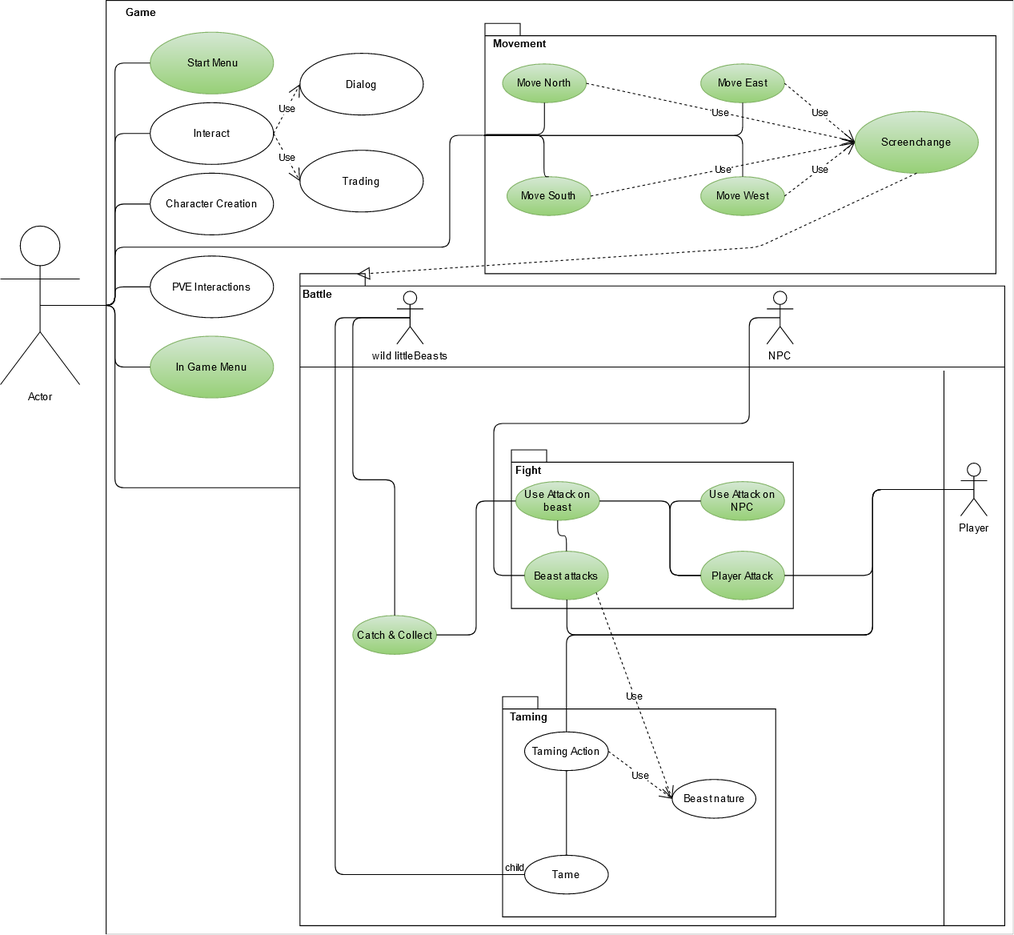
Earlier version of the draw.io export useCases/diagrams/use_cases.png (LittleBeasts/documentation). Source tidied: cells renumbered, new cells last; positions are measured from the earlier drawing's top-left corner, leaving out a move shared by most shapes.
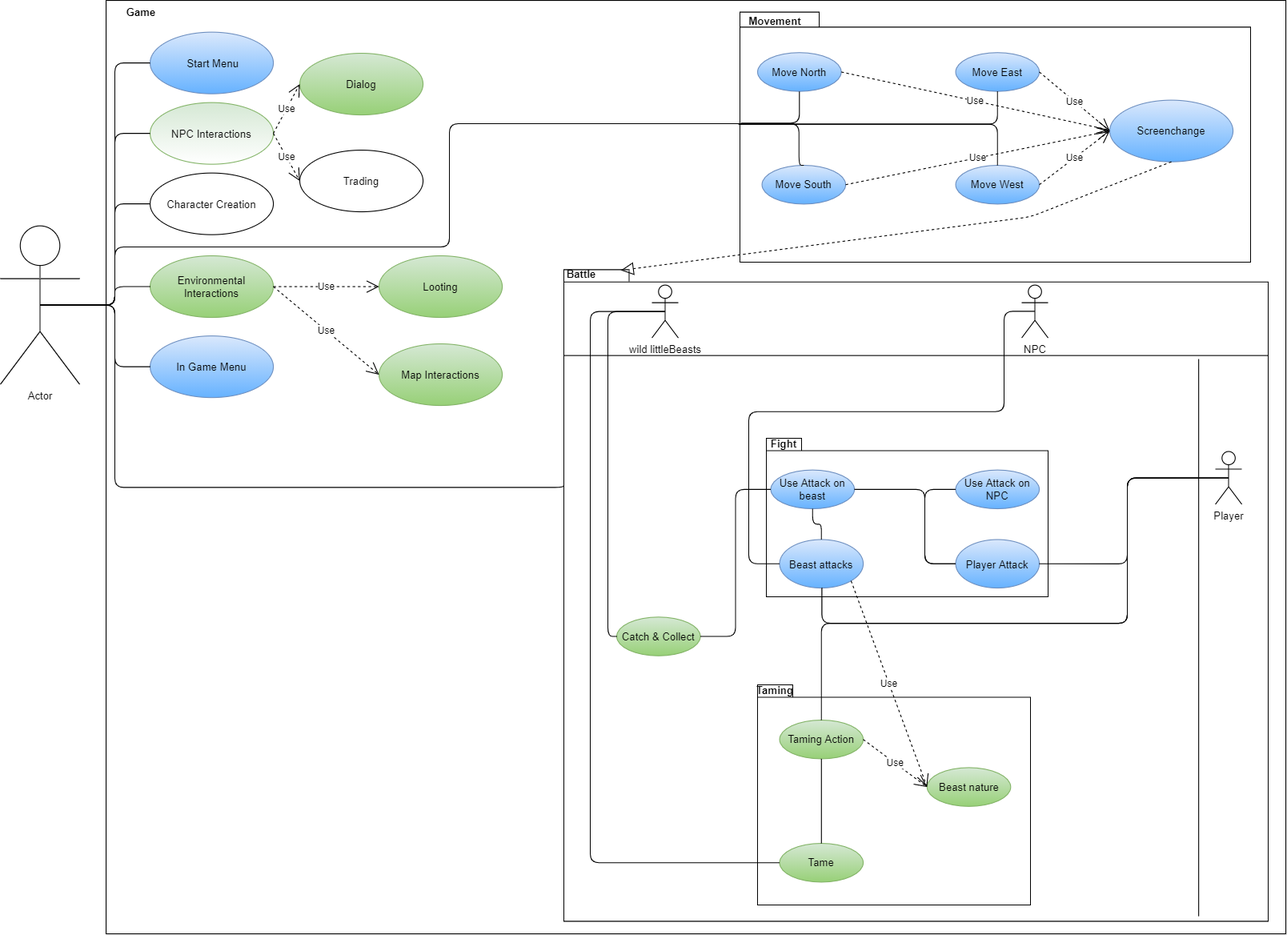
Later version of the same file.

Commit message:
Updated Use Case Diagramm

What changed in the source:
```diff
@@ -7,4 +7,4 @@
     </mxCell>
-    <mxCell id="3" value="d" style="html=1;" parent="1" vertex="1">
-      <mxGeometry x="120" width="1030" height="1060" as="geometry" />
+    <mxCell id="3" style="html=1;" parent="1" vertex="1">
+      <mxGeometry x="120" width="1340" height="1060" as="geometry" />
     </mxCell>
@@ -13,3 +13,3 @@
     </mxCell>
-    <mxCell id="5" value="&lt;div&gt;&amp;nbsp;Start Menu&lt;/div&gt;" style="ellipse;whiteSpace=wrap;html=1;gradientColor=#97d077;fillColor=#d5e8d4;strokeColor=#82b366;" parent="1" vertex="1">
+    <mxCell id="5" value="&lt;div&gt;&amp;nbsp;Start Menu&lt;/div&gt;" style="ellipse;whiteSpace=wrap;html=1;fillColor=#dae8fc;strokeColor=#6c8ebf;gradientColor=#66B2FF;" parent="1" vertex="1">
       <mxGeometry x="170" y="36" width="140" height="70" as="geometry" />
@@ -19,3 +19,3 @@
     </mxCell>
-    <mxCell id="7" value="Interact" style="ellipse;whiteSpace=wrap;html=1;" parent="1" vertex="1">
+    <mxCell id="7" value="NPC Interactions" style="ellipse;whiteSpace=wrap;html=1;fillColor=#d5e8d4;strokeColor=#82b366;gradientColor=#ffffff;" parent="1" vertex="1">
       <mxGeometry x="170" y="116" width="140" height="70" as="geometry" />
@@ -30,3 +30,3 @@
     </mxCell>
-    <mxCell id="9" value="Dialog" style="ellipse;whiteSpace=wrap;html=1;" parent="1" vertex="1">
+    <mxCell id="9" value="Dialog" style="ellipse;whiteSpace=wrap;html=1;fillColor=#d5e8d4;strokeColor=#82b366;gradientColor=#97D077;" parent="1" vertex="1">
       <mxGeometry x="340" y="60" width="140" height="70" as="geometry" />
@@ -48,3 +48,3 @@
     </mxCell>
-    <mxCell id="15" value="PVE Interactions" style="ellipse;whiteSpace=wrap;html=1;strokeColor=#000000;" parent="1" vertex="1">
+    <mxCell id="15" value="Environmental Interactions" style="ellipse;whiteSpace=wrap;html=1;strokeColor=#82b366;fillColor=#d5e8d4;gradientColor=#97D077;" parent="1" vertex="1">
       <mxGeometry x="170" y="290" width="140" height="70" as="geometry" />
@@ -60,42 +60,42 @@
     <mxCell id="17" style="shape=folder;fontStyle=1;spacingTop=10;tabWidth=40;tabHeight=14;tabPosition=left;html=1;" parent="1" vertex="1">
-      <mxGeometry x="340" y="310" width="800" height="740" as="geometry" />
+      <mxGeometry x="640" y="305.8" width="800" height="740" as="geometry" />
     </mxCell>
     <mxCell id="18" value="Battle" style="text;align=center;fontStyle=1;verticalAlign=middle;spacingLeft=3;spacingRight=3;strokeColor=none;" parent="1" vertex="1">
-      <mxGeometry x="320" y="320" width="80" height="26" as="geometry" />
+      <mxGeometry x="620" y="297.2" width="80" height="26" as="geometry" />
     </mxCell>
     <mxCell id="19" style="line;strokeWidth=1;fillColor=none;align=left;verticalAlign=middle;spacingTop=-1;spacingLeft=3;spacingRight=3;labelPosition=right;" parent="1" vertex="1">
-      <mxGeometry x="340" y="412" width="800" height="8" as="geometry" />
+      <mxGeometry x="640" y="399.2" width="800" height="8" as="geometry" />
     </mxCell>
     <mxCell id="20" style="line;strokeWidth=1;fillColor=none;align=left;verticalAlign=middle;spacingTop=-1;spacingLeft=3;spacingRight=3;labelPosition=right;direction=south;" parent="1" vertex="1">
-      <mxGeometry x="1070" y="420" width="2" height="630" as="geometry" />
+      <mxGeometry x="1360" y="407.2" width="2" height="632.8" as="geometry" />
     </mxCell>
     <mxCell id="21" value="Player" style="shape=umlActor;verticalLabelPosition=bottom;verticalAlign=top;html=1;" parent="1" vertex="1">
-      <mxGeometry x="1090" y="525" width="30" height="60" as="geometry" />
+      <mxGeometry x="1380" y="512.2" width="30" height="60" as="geometry" />
     </mxCell>
     <mxCell id="22" value="&lt;div&gt;NPC&lt;/div&gt;" style="shape=umlActor;verticalLabelPosition=bottom;verticalAlign=top;html=1;" parent="1" vertex="1">
-      <mxGeometry x="870" y="330" width="30" height="60" as="geometry" />
+      <mxGeometry x="1160" y="323.2" width="30" height="60" as="geometry" />
     </mxCell>
     <mxCell id="23" value="wild littleBeasts" style="shape=umlActor;verticalLabelPosition=bottom;verticalAlign=top;html=1;" parent="1" vertex="1">
-      <mxGeometry x="450" y="330" width="30" height="60" as="geometry" />
+      <mxGeometry x="740" y="323.2" width="30" height="60" as="geometry" />
     </mxCell>
     <mxCell id="24" style="shape=folder;fontStyle=1;spacingTop=10;tabWidth=40;tabHeight=14;tabPosition=left;html=1;" parent="1" vertex="1">
-      <mxGeometry x="580" y="510" width="320" height="180" as="geometry" />
+      <mxGeometry x="870" y="497.2" width="320" height="180" as="geometry" />
     </mxCell>
     <mxCell id="25" value="Fight" style="text;align=center;fontStyle=1;verticalAlign=middle;spacingLeft=3;spacingRight=3;strokeColor=none;" parent="1" vertex="1">
-      <mxGeometry x="560" y="520" width="80" height="26" as="geometry" />
+      <mxGeometry x="850" y="490" width="80" height="26" as="geometry" />
     </mxCell>
-    <mxCell id="26" value="Use Attack on beast" style="ellipse;whiteSpace=wrap;html=1;gradientColor=#97d077;fillColor=#d5e8d4;strokeColor=#82b366;" parent="1" vertex="1">
-      <mxGeometry x="585" y="546" width="95" height="44" as="geometry" />
+    <mxCell id="26" value="Use Attack on beast" style="ellipse;whiteSpace=wrap;html=1;fillColor=#dae8fc;strokeColor=#6c8ebf;gradientColor=#66B2FF;" parent="1" vertex="1">
+      <mxGeometry x="875" y="533.2" width="95" height="44" as="geometry" />
     </mxCell>
-    <mxCell id="27" value="Use Attack on NPC" style="ellipse;whiteSpace=wrap;html=1;gradientColor=#97d077;fillColor=#d5e8d4;strokeColor=#82b366;" parent="1" vertex="1">
-      <mxGeometry x="795" y="546" width="95" height="44" as="geometry" />
+    <mxCell id="27" value="Use Attack on NPC" style="ellipse;whiteSpace=wrap;html=1;fillColor=#dae8fc;strokeColor=#6c8ebf;gradientColor=#66B2FF;" parent="1" vertex="1">
+      <mxGeometry x="1085" y="533.2" width="95" height="44" as="geometry" />
     </mxCell>
-    <mxCell id="28" value="Beast attacks" style="ellipse;whiteSpace=wrap;html=1;gradientColor=#97d077;fillColor=#d5e8d4;strokeColor=#82b366;" parent="1" vertex="1">
-      <mxGeometry x="595" y="625" width="95" height="55" as="geometry" />
+    <mxCell id="28" value="Beast attacks" style="ellipse;whiteSpace=wrap;html=1;fillColor=#dae8fc;strokeColor=#6c8ebf;gradientColor=#66B2FF;" parent="1" vertex="1">
+      <mxGeometry x="885" y="612.2" width="95" height="55" as="geometry" />
     </mxCell>
-    <mxCell id="29" value="Player Attack" style="ellipse;whiteSpace=wrap;html=1;gradientColor=#97d077;fillColor=#d5e8d4;strokeColor=#82b366;" parent="1" vertex="1">
-      <mxGeometry x="795" y="625" width="95" height="55" as="geometry" />
+    <mxCell id="29" value="Player Attack" style="ellipse;whiteSpace=wrap;html=1;fillColor=#dae8fc;strokeColor=#6c8ebf;gradientColor=#66B2FF;" parent="1" vertex="1">
+      <mxGeometry x="1085" y="612.2" width="95" height="55" as="geometry" />
     </mxCell>
     <mxCell id="30" value="Catch &amp;amp; Collect" style="ellipse;whiteSpace=wrap;html=1;fillColor=#d5e8d4;strokeColor=#82b366;gradientColor=#97d077;" parent="1" vertex="1">
-      <mxGeometry x="400" y="698" width="95" height="44" as="geometry" />
+      <mxGeometry x="700" y="700.2" width="95" height="44" as="geometry" />
     </mxCell>
@@ -106,7 +106,7 @@
       <mxGeometry relative="1" as="geometry">
-        <mxPoint x="643" y="680" as="sourcePoint" />
+        <mxPoint x="933" y="667.2" as="sourcePoint" />
         <Array as="points">
-          <mxPoint x="643" y="720" />
-          <mxPoint x="990" y="720" />
-          <mxPoint x="990" y="555" />
+          <mxPoint x="933" y="707.2" />
+          <mxPoint x="1280" y="707.2" />
+          <mxPoint x="1280" y="542.2" />
         </Array>
@@ -120,4 +120,4 @@
         <Array as="points">
-          <mxPoint x="760" y="652" />
-          <mxPoint x="760" y="568" />
+          <mxPoint x="1050" y="639.2" />
+          <mxPoint x="1050" y="555.2" />
         </Array>
@@ -125,9 +125,10 @@
     </mxCell>
-    <mxCell id="35" style="endArrow=none;html=1;edgeStyle=orthogonalEdgeStyle;exitX=0;exitY=0.5;exitDx=0;exitDy=0;entryX=0.5;entryY=0.5;entryDx=0;entryDy=0;entryPerimeter=0;" parent="1" edge="1" source="28" target="22">
+    <mxCell id="35" style="endArrow=none;html=1;edgeStyle=orthogonalEdgeStyle;exitX=0;exitY=0.5;exitDx=0;exitDy=0;" parent="1" edge="1" source="28">
       <mxGeometry relative="1" as="geometry">
+        <mxPoint x="1175" y="353" as="targetPoint" />
         <Array as="points">
-          <mxPoint x="560" y="652" />
-          <mxPoint x="560" y="480" />
-          <mxPoint x="850" y="480" />
-          <mxPoint x="850" y="360" />
+          <mxPoint x="850" y="640" />
+          <mxPoint x="850" y="467" />
+          <mxPoint x="1140" y="467" />
+          <mxPoint x="1140" y="353" />
         </Array>
@@ -135,8 +136,8 @@
     </mxCell>
-    <mxCell id="36" style="endArrow=none;html=1;edgeStyle=orthogonalEdgeStyle;exitX=0.5;exitY=0;exitDx=0;exitDy=0;entryX=0.5;entryY=0.5;entryDx=0;entryDy=0;entryPerimeter=0;" parent="1" edge="1" source="30" target="23">
+    <mxCell id="36" style="endArrow=none;html=1;edgeStyle=orthogonalEdgeStyle;exitX=0;exitY=0.5;exitDx=0;exitDy=0;entryX=0.5;entryY=0.5;entryDx=0;entryDy=0;entryPerimeter=0;" parent="1" edge="1" source="30" target="23">
       <mxGeometry relative="1" as="geometry">
         <Array as="points">
-          <mxPoint x="447" y="544" />
-          <mxPoint x="400" y="544" />
-          <mxPoint x="400" y="360" />
+          <mxPoint x="690" y="722" />
+          <mxPoint x="690" y="353" />
+          <mxPoint x="755" y="353" />
         </Array>
@@ -148,15 +149,15 @@
     <mxCell id="38" style="shape=folder;fontStyle=1;spacingTop=10;tabWidth=40;tabHeight=14;tabPosition=left;html=1;" parent="1" vertex="1">
-      <mxGeometry x="570" y="790" width="310" height="250" as="geometry" />
+      <mxGeometry x="860" y="777.2" width="310" height="250" as="geometry" />
     </mxCell>
     <mxCell id="39" value="Taming" style="text;align=center;fontStyle=1;verticalAlign=middle;spacingLeft=3;spacingRight=3;strokeColor=none;" parent="1" vertex="1">
-      <mxGeometry x="560" y="800" width="80" height="26" as="geometry" />
+      <mxGeometry x="840" y="770" width="80" height="26" as="geometry" />
     </mxCell>
-    <mxCell id="40" value="Taming Action" style="ellipse;whiteSpace=wrap;html=1;" parent="1" vertex="1">
-      <mxGeometry x="595" y="830" width="95" height="44" as="geometry" />
+    <mxCell id="40" value="Taming Action" style="ellipse;whiteSpace=wrap;html=1;fillColor=#d5e8d4;strokeColor=#82b366;gradientColor=#97D077;" parent="1" vertex="1">
+      <mxGeometry x="885" y="817.2" width="95" height="44" as="geometry" />
     </mxCell>
-    <mxCell id="41" value="Tame" style="ellipse;whiteSpace=wrap;html=1;" parent="1" vertex="1">
-      <mxGeometry x="595" y="970" width="95" height="44" as="geometry" />
+    <mxCell id="41" value="Tame" style="ellipse;whiteSpace=wrap;html=1;fillColor=#d5e8d4;strokeColor=#82b366;gradientColor=#97D077;" parent="1" vertex="1">
+      <mxGeometry x="885" y="957.2" width="95" height="44" as="geometry" />
     </mxCell>
-    <mxCell id="42" value="Beast nature" style="ellipse;whiteSpace=wrap;html=1;" parent="1" vertex="1">
-      <mxGeometry x="762.5" y="884" width="95" height="44" as="geometry" />
+    <mxCell id="42" value="Beast nature" style="ellipse;whiteSpace=wrap;html=1;fillColor=#d5e8d4;strokeColor=#82b366;gradientColor=#97D077;" parent="1" vertex="1">
+      <mxGeometry x="1052.5" y="871.2" width="95" height="44" as="geometry" />
     </mxCell>
@@ -168,4 +169,4 @@
         <Array as="points">
-          <mxPoint x="380" y="360" />
-          <mxPoint x="380" y="992" />
+          <mxPoint x="670" y="353" />
+          <mxPoint x="670" y="979" />
         </Array>
@@ -173,5 +174,2 @@
     </mxCell>
-    <mxCell id="45" value="child" style="edgeLabel;html=1;align=right;verticalAlign=bottom;" parent="44" vertex="1">
-      <mxGeometry x="1" relative="1" as="geometry" />
-    </mxCell>
     <mxCell id="46" value="Use" style="endArrow=open;endSize=12;dashed=1;html=1;exitX=1;exitY=0.5;exitDx=0;exitDy=0;entryX=0;entryY=0.5;entryDx=0;entryDy=0;" parent="1" edge="1" source="40" target="42">
@@ -182,5 +180,5 @@
         <Array as="points">
-          <mxPoint x="643" y="720" />
-          <mxPoint x="990" y="720" />
-          <mxPoint x="990" y="555" />
+          <mxPoint x="933" y="707.2" />
+          <mxPoint x="1280" y="707.2" />
+          <mxPoint x="1280" y="542.2" />
         </Array>
@@ -196,22 +194,22 @@
     </mxCell>
-    <mxCell id="49" style="shape=folder;fontStyle=1;spacingTop=10;tabWidth=40;tabHeight=14;tabPosition=left;html=1;" parent="1" vertex="1">
-      <mxGeometry x="550" y="26" width="580" height="284" as="geometry" />
+    <mxCell id="49" style="shape=folder;fontStyle=1;spacingTop=10;tabWidth=90;tabHeight=17;tabPosition=left;html=1;" parent="1" vertex="1">
+      <mxGeometry x="840" y="13.2" width="580" height="284" as="geometry" />
     </mxCell>
-    <mxCell id="50" value="Move North" style="ellipse;whiteSpace=wrap;html=1;fillColor=#d5e8d4;strokeColor=#82b366;gradientColor=#97d077;" parent="1" vertex="1">
-      <mxGeometry x="570" y="72" width="95" height="44" as="geometry" />
+    <mxCell id="50" value="Move North" style="ellipse;whiteSpace=wrap;html=1;fillColor=#dae8fc;strokeColor=#6c8ebf;gradientColor=#66B2FF;" parent="1" vertex="1">
+      <mxGeometry x="860" y="59.2" width="95" height="44" as="geometry" />
     </mxCell>
-    <mxCell id="51" value="Move South" style="ellipse;whiteSpace=wrap;html=1;gradientColor=#97d077;fillColor=#d5e8d4;strokeColor=#82b366;" parent="1" vertex="1">
-      <mxGeometry x="575" y="200" width="95" height="44" as="geometry" />
+    <mxCell id="51" value="Move South" style="ellipse;whiteSpace=wrap;html=1;fillColor=#dae8fc;strokeColor=#6c8ebf;gradientColor=#66B2FF;" parent="1" vertex="1">
+      <mxGeometry x="865" y="187.2" width="95" height="44" as="geometry" />
     </mxCell>
-    <mxCell id="52" value="Move East" style="ellipse;whiteSpace=wrap;html=1;gradientColor=#97d077;fillColor=#d5e8d4;strokeColor=#82b366;" parent="1" vertex="1">
-      <mxGeometry x="795" y="72" width="95" height="44" as="geometry" />
+    <mxCell id="52" value="Move East" style="ellipse;whiteSpace=wrap;html=1;fillColor=#dae8fc;strokeColor=#6c8ebf;gradientColor=#66B2FF;" parent="1" vertex="1">
+      <mxGeometry x="1085" y="59.2" width="95" height="44" as="geometry" />
     </mxCell>
-    <mxCell id="53" value="Move West" style="ellipse;whiteSpace=wrap;html=1;gradientColor=#97d077;fillColor=#d5e8d4;strokeColor=#82b366;" parent="1" vertex="1">
-      <mxGeometry x="795" y="200" width="95" height="44" as="geometry" />
+    <mxCell id="53" value="Move West" style="ellipse;whiteSpace=wrap;html=1;fillColor=#dae8fc;strokeColor=#6c8ebf;gradientColor=#66B2FF;" parent="1" vertex="1">
+      <mxGeometry x="1085" y="187.2" width="95" height="44" as="geometry" />
     </mxCell>
-    <mxCell id="54" value="Screenchange" style="ellipse;whiteSpace=wrap;html=1;gradientColor=#97d077;fillColor=#d5e8d4;strokeColor=#82b366;" parent="1" vertex="1">
-      <mxGeometry x="970" y="126" width="140" height="70" as="geometry" />
+    <mxCell id="54" value="Screenchange" style="ellipse;whiteSpace=wrap;html=1;fillColor=#dae8fc;strokeColor=#6c8ebf;gradientColor=#66B2FF;" parent="1" vertex="1">
+      <mxGeometry x="1260" y="113.2" width="140" height="70" as="geometry" />
     </mxCell>
     <mxCell id="55" value="Movement" style="text;align=center;fontStyle=1;verticalAlign=middle;spacingLeft=3;spacingRight=3;strokeColor=none;" parent="1" vertex="1">
-      <mxGeometry x="550" y="36" width="80" height="26" as="geometry" />
+      <mxGeometry x="840" y="10" width="80" height="26" as="geometry" />
     </mxCell>
@@ -219,3 +217,3 @@
       <mxGeometry relative="1" as="geometry">
-        <mxPoint x="548" y="153" as="targetPoint" />
+        <mxPoint x="840" y="140" as="targetPoint" />
         <Array as="points">
@@ -224,3 +222,3 @@
           <mxPoint x="510" y="280" />
-          <mxPoint x="510" y="153" />
+          <mxPoint x="510" y="140" />
         </Array>
@@ -231,3 +229,3 @@
         <Array as="points">
-          <mxPoint x="617" y="152" />
+          <mxPoint x="907" y="139.2" />
         </Array>
@@ -238,4 +236,4 @@
         <Array as="points">
-          <mxPoint x="617" y="200" />
-          <mxPoint x="617" y="153" />
+          <mxPoint x="907" y="187.2" />
+          <mxPoint x="907" y="140.2" />
         </Array>
@@ -246,3 +244,3 @@
         <Array as="points">
-          <mxPoint x="843" y="153" />
+          <mxPoint x="1133" y="140.2" />
         </Array>
@@ -253,3 +251,3 @@
         <Array as="points">
-          <mxPoint x="843" y="153" />
+          <mxPoint x="1133" y="140.2" />
         </Array>
@@ -262,3 +260,3 @@
       <mxGeometry relative="1" as="geometry">
-        <mxPoint x="970" y="160" as="targetPoint" />
+        <mxPoint x="1260" y="147.2" as="targetPoint" />
       </mxGeometry>
@@ -280,3 +278,3 @@
         <Array as="points">
-          <mxPoint x="860" y="280" />
+          <mxPoint x="1170" y="245.8" />
         </Array>
@@ -284,3 +282,3 @@
     </mxCell>
-    <mxCell id="68" value="In Game Menu" style="ellipse;whiteSpace=wrap;html=1;strokeColor=#82b366;fillColor=#d5e8d4;gradientColor=#97d077;" parent="1" vertex="1">
+    <mxCell id="68" value="In Game Menu" style="ellipse;whiteSpace=wrap;html=1;strokeColor=#6c8ebf;fillColor=#dae8fc;gradientColor=#66B2FF;" parent="1" vertex="1">
       <mxGeometry x="170" y="381" width="140" height="70" as="geometry" />
@@ -298,4 +296,4 @@
         <Array as="points">
-          <mxPoint x="760" y="653" />
-          <mxPoint x="760" y="568" />
+          <mxPoint x="1050" y="640.2" />
+          <mxPoint x="1050" y="555.2" />
         </Array>
@@ -303,2 +301,14 @@
     </mxCell>
+    <mxCell id="71" value="Looting" style="ellipse;whiteSpace=wrap;html=1;fillColor=#d5e8d4;strokeColor=#82b366;gradientColor=#97D077;" parent="1" vertex="1">
+      <mxGeometry x="430" y="290" width="140" height="70" as="geometry" />
+    </mxCell>
+    <mxCell id="72" value="Map Interactions" style="ellipse;whiteSpace=wrap;html=1;fillColor=#d5e8d4;strokeColor=#82b366;gradientColor=#97D077;" parent="1" vertex="1">
+      <mxGeometry x="430" y="390" width="140" height="70" as="geometry" />
+    </mxCell>
+    <mxCell id="73" value="Use" style="endArrow=open;endSize=12;dashed=1;html=1;exitX=1;exitY=0.5;exitDx=0;exitDy=0;entryX=0;entryY=0.5;entryDx=0;entryDy=0;" parent="1" edge="1" source="15" target="71">
+      <mxGeometry relative="1" as="geometry" />
+    </mxCell>
+    <mxCell id="74" value="Use" style="endArrow=open;endSize=12;dashed=1;html=1;exitX=1;exitY=0.5;exitDx=0;exitDy=0;entryX=0;entryY=0.5;entryDx=0;entryDy=0;" parent="1" edge="1" source="15" target="72">
+      <mxGeometry relative="1" as="geometry" />
+    </mxCell>
   </root>
```
